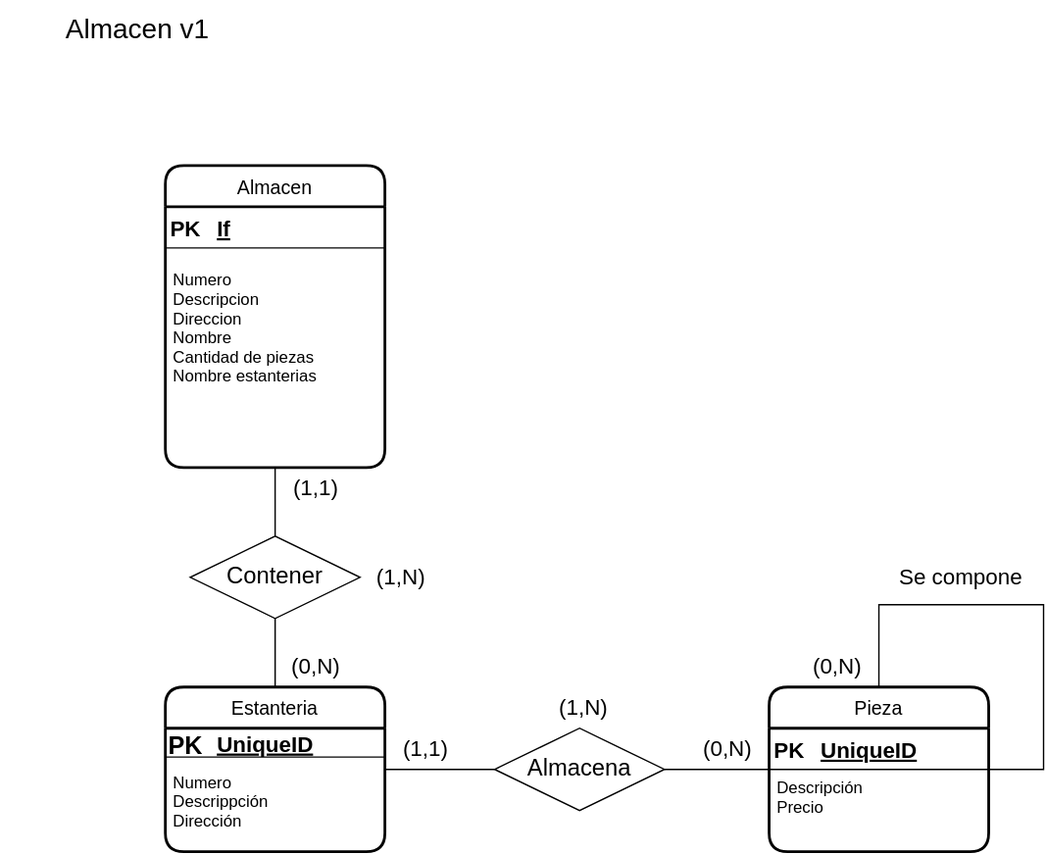
Above: Diagramas/Ejercicio 5 UD12.svg in gerardviru/UD12-DiagramasER (draw.io), before the change. Source tidied: cells renumbered, new cells last; positions are measured from the earlier drawing's top-left corner, leaving out a move shared by most shapes. Source of this version:
```xml
<mxGraphModel>
  <root>
    <mxCell id="0" />
    <mxCell id="1" parent="0" />
    <mxCell id="2" value="Almacen v1" style="text;html=1;align=center;verticalAlign=middle;whiteSpace=wrap;rounded=0;fontSize=20;" parent="1" vertex="1">
      <mxGeometry width="200" height="40" as="geometry" />
    </mxCell>
    <mxCell id="3" value="Almacen" style="swimlane;horizontal=1;startSize=30;rounded=1;fontSize=14;fontStyle=0;strokeWidth=2;shadow=0;dashed=0;align=center;" parent="1" vertex="1">
      <mxGeometry x="120" y="120" width="160" height="220" as="geometry" />
    </mxCell>
    <mxCell id="4" style="shape=table;startSize=0;rowLines=0;fontStyle=0;align=center;strokeColor=none;fillColor=none;rounded=1;fontSize=20;" parent="3" vertex="1">
      <mxGeometry y="30" width="160" height="40" as="geometry" />
    </mxCell>
    <mxCell id="5" style="shape=tableRow;horizontal=0;startSize=0;swimlaneHead=0;swimlaneBody=0;fillColor=none;top=0;left=0;right=0;bottom=1;rounded=1;fontSize=20;" parent="4" vertex="1">
      <mxGeometry width="160" height="30" as="geometry" />
    </mxCell>
    <mxCell id="6" value="PK" style="shape=partialRectangle;fillColor=none;top=0;left=0;bottom=0;right=0;fontStyle=1;overflow=hidden;rounded=1;fontSize=16;" parent="5" vertex="1">
      <mxGeometry width="30" height="30" as="geometry" />
    </mxCell>
    <mxCell id="7" value="If" style="shape=partialRectangle;fillColor=none;top=0;left=0;bottom=0;right=0;align=left;spacingLeft=6;fontStyle=5;overflow=hidden;rounded=1;fontSize=16;" parent="5" vertex="1">
      <mxGeometry x="30" width="130" height="30" as="geometry" />
    </mxCell>
    <mxCell id="8" value="Numero&#10;Descripcion&#10;Direccion&#10;Nombre&#10;Cantidad de piezas&#10;Nombre estanterias&#10;" style="align=left;strokeColor=none;fillColor=none;spacingLeft=4;fontSize=12;verticalAlign=top;rounded=1;" parent="3" vertex="1">
      <mxGeometry y="70" width="160" height="150" as="geometry" />
    </mxCell>
    <mxCell id="9" value="Pieza" style="swimlane;horizontal=1;startSize=30;rounded=1;fontSize=14;fontStyle=0;strokeWidth=2;shadow=0;dashed=0;align=center;" parent="1" vertex="1">
      <mxGeometry x="560" y="500" width="160" height="120" as="geometry" />
    </mxCell>
    <mxCell id="10" style="shape=table;startSize=0;rowLines=0;fontStyle=0;align=center;strokeColor=none;fillColor=none;rounded=1;fontSize=20;" parent="9" vertex="1">
      <mxGeometry y="30" width="160" height="30" as="geometry" />
    </mxCell>
    <mxCell id="11" style="shape=tableRow;horizontal=0;startSize=0;swimlaneHead=0;swimlaneBody=0;fillColor=none;points=[[0,0.5],[1,0.5]];portConstraint=eastwest;top=0;left=0;right=0;bottom=1;rounded=1;fontSize=20;" parent="10" vertex="1">
      <mxGeometry width="160" height="30" as="geometry" />
    </mxCell>
    <mxCell id="12" value="PK" style="shape=partialRectangle;fillColor=none;top=0;left=0;bottom=0;right=0;fontStyle=1;overflow=hidden;rounded=1;fontSize=16;" parent="11" vertex="1">
      <mxGeometry width="30" height="30" as="geometry" />
    </mxCell>
    <mxCell id="13" value="UniqueID" style="shape=partialRectangle;fillColor=none;top=0;left=0;bottom=0;right=0;align=left;spacingLeft=6;fontStyle=5;overflow=hidden;rounded=1;fontSize=16;" parent="11" vertex="1">
      <mxGeometry x="30" width="130" height="30" as="geometry" />
    </mxCell>
    <mxCell id="14" value="Descripción&#10;Precio&#10;" style="align=left;strokeColor=none;fillColor=none;spacingLeft=4;fontSize=12;verticalAlign=top;rounded=1;" parent="9" vertex="1">
      <mxGeometry y="60" width="160" height="60" as="geometry" />
    </mxCell>
    <mxCell id="15" style="endArrow=none;html=1;rounded=0;fontSize=17;entryX=1;entryY=0;entryDx=0;entryDy=0;exitX=0.5;exitY=0;exitDx=0;exitDy=0;" parent="9" edge="1" source="9" target="14">
      <mxGeometry relative="1" as="geometry">
        <Array as="points">
          <mxPoint x="80" y="-60" />
          <mxPoint x="200" y="-60" />
          <mxPoint x="200" y="60" />
        </Array>
      </mxGeometry>
    </mxCell>
    <mxCell id="16" value="Estanteria" style="swimlane;horizontal=1;startSize=30;rounded=1;fontSize=14;fontStyle=0;strokeWidth=2;shadow=0;dashed=0;align=center;" parent="1" vertex="1">
      <mxGeometry x="120" y="500" width="160" height="120" as="geometry" />
    </mxCell>
    <mxCell id="17" style="shape=table;startSize=0;rowLines=0;fontStyle=0;align=center;strokeColor=none;fillColor=none;rounded=1;fontSize=20;" parent="16" vertex="1">
      <mxGeometry y="30" width="160" height="26" as="geometry" />
    </mxCell>
    <mxCell id="18" style="shape=tableRow;horizontal=0;startSize=0;swimlaneHead=0;swimlaneBody=0;fillColor=none;top=0;left=0;right=0;bottom=1;rounded=1;fontSize=20;" parent="17" vertex="1">
      <mxGeometry width="160" height="21" as="geometry" />
    </mxCell>
    <mxCell id="19" value="PK" style="shape=partialRectangle;fillColor=none;top=0;left=0;bottom=0;right=0;fontStyle=1;overflow=hidden;rounded=1;fontSize=18;" parent="18" vertex="1">
      <mxGeometry width="30" height="21" as="geometry" />
    </mxCell>
    <mxCell id="20" value="UniqueID" style="shape=partialRectangle;fillColor=none;top=0;left=0;bottom=0;right=0;align=left;spacingLeft=6;fontStyle=5;overflow=hidden;rounded=1;fontSize=16;" parent="18" vertex="1">
      <mxGeometry x="30" width="130" height="21" as="geometry" />
    </mxCell>
    <mxCell id="21" value="Numero&#10;Descrippción&#10;Dirección&#10;" style="align=left;strokeColor=none;fillColor=none;spacingLeft=4;fontSize=12;verticalAlign=top;rounded=1;" parent="16" vertex="1">
      <mxGeometry y="56" width="160" height="64" as="geometry" />
    </mxCell>
    <mxCell id="22" value="Contener" style="rhombus;whiteSpace=wrap;html=1;rounded=1;fontSize=17;arcSize=0;" parent="1" vertex="1">
      <mxGeometry x="138.1" y="390" width="123.8" height="60" as="geometry" />
    </mxCell>
    <mxCell id="23" value="Almacena" style="rhombus;whiteSpace=wrap;html=1;rounded=1;fontSize=17;arcSize=0;" parent="1" vertex="1">
      <mxGeometry x="360" y="530" width="123.8" height="60" as="geometry" />
    </mxCell>
    <mxCell id="24" style="endArrow=none;html=1;rounded=0;fontSize=17;entryX=0.5;entryY=1;entryDx=0;entryDy=0;exitX=0.5;exitY=0;exitDx=0;exitDy=0;" parent="1" edge="1" source="16" target="22">
      <mxGeometry relative="1" as="geometry" />
    </mxCell>
    <mxCell id="25" style="endArrow=none;html=1;rounded=0;fontSize=17;entryX=0.5;entryY=1;entryDx=0;entryDy=0;exitX=0.5;exitY=0;exitDx=0;exitDy=0;" parent="1" edge="1" source="22" target="8">
      <mxGeometry relative="1" as="geometry" />
    </mxCell>
    <mxCell id="26" style="endArrow=none;html=1;rounded=0;fontSize=17;exitX=0;exitY=0.5;exitDx=0;exitDy=0;" parent="1" edge="1" source="23">
      <mxGeometry relative="1" as="geometry">
        <mxPoint x="280" y="560" as="targetPoint" />
      </mxGeometry>
    </mxCell>
    <mxCell id="27" style="endArrow=none;html=1;rounded=0;fontSize=17;exitX=1;exitY=0.5;exitDx=0;exitDy=0;entryX=0;entryY=0.5;entryDx=0;entryDy=0;" parent="1" edge="1" source="23" target="9">
      <mxGeometry relative="1" as="geometry" />
    </mxCell>
    <mxCell id="28" value="Se compone" style="text;html=1;strokeColor=none;fillColor=none;align=center;verticalAlign=middle;whiteSpace=wrap;rounded=0;fontSize=16;" parent="1" vertex="1">
      <mxGeometry x="640" y="405" width="120" height="30" as="geometry" />
    </mxCell>
    <mxCell id="29" value="(1,1)" style="text;html=1;strokeColor=none;fillColor=none;align=center;verticalAlign=middle;whiteSpace=wrap;rounded=0;fontSize=16;" parent="1" vertex="1">
      <mxGeometry x="280" y="530" width="60" height="30" as="geometry" />
    </mxCell>
    <mxCell id="30" value="(0,N)" style="text;html=1;strokeColor=none;fillColor=none;align=center;verticalAlign=middle;whiteSpace=wrap;rounded=0;fontSize=16;" parent="1" vertex="1">
      <mxGeometry x="200" y="470" width="60" height="30" as="geometry" />
    </mxCell>
    <mxCell id="31" value="(1,1)" style="text;html=1;strokeColor=none;fillColor=none;align=center;verticalAlign=middle;whiteSpace=wrap;rounded=0;fontSize=16;" parent="1" vertex="1">
      <mxGeometry x="200" y="340" width="60" height="30" as="geometry" />
    </mxCell>
    <mxCell id="32" value="(0,N)" style="text;html=1;strokeColor=none;fillColor=none;align=center;verticalAlign=middle;whiteSpace=wrap;rounded=0;fontSize=16;" parent="1" vertex="1">
      <mxGeometry x="500" y="530" width="60" height="30" as="geometry" />
    </mxCell>
    <mxCell id="33" value="(0,N)" style="text;html=1;strokeColor=none;fillColor=none;align=center;verticalAlign=middle;whiteSpace=wrap;rounded=0;fontSize=16;" parent="1" vertex="1">
      <mxGeometry x="580" y="470" width="60" height="30" as="geometry" />
    </mxCell>
    <mxCell id="34" value="(1,N)" style="text;html=1;strokeColor=none;fillColor=none;align=center;verticalAlign=middle;whiteSpace=wrap;rounded=0;fontSize=16;" parent="1" vertex="1">
      <mxGeometry x="261.9" y="405" width="60" height="30" as="geometry" />
    </mxCell>
    <mxCell id="35" value="(1,N)" style="text;html=1;strokeColor=none;fillColor=none;align=center;verticalAlign=middle;whiteSpace=wrap;rounded=0;fontSize=16;" parent="1" vertex="1">
      <mxGeometry x="395" y="500" width="60" height="30" as="geometry" />
    </mxCell>
  </root>
</mxGraphModel>
```
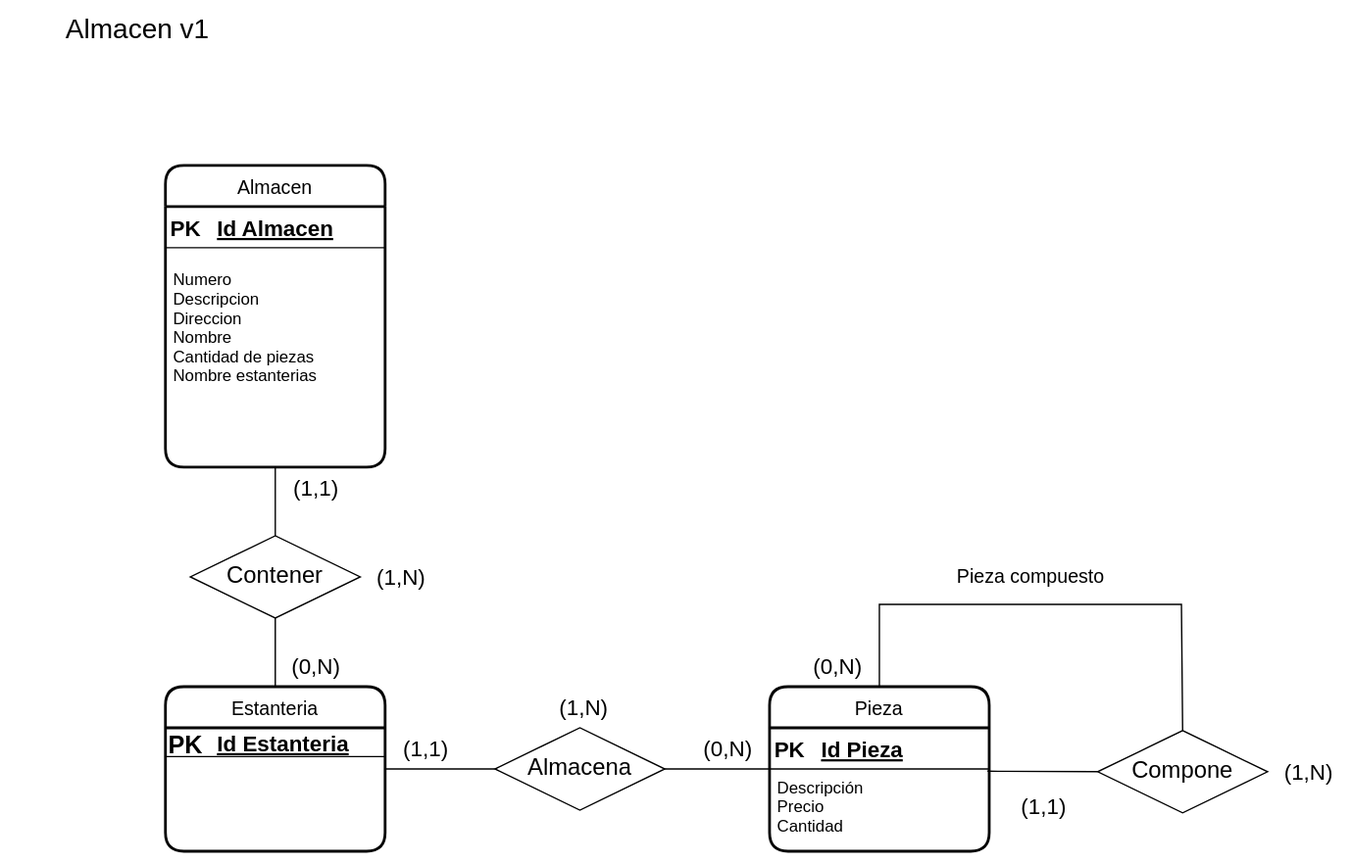
The same diagram one commit later.

Commit message:
update diagrama er ejercicio 5

Change to the diagram source:
```diff
@@ -17,7 +17,7 @@
     <mxCell id="6" value="PK" style="shape=partialRectangle;fillColor=none;top=0;left=0;bottom=0;right=0;fontStyle=1;overflow=hidden;rounded=1;fontSize=16;" parent="5" vertex="1">
       <mxGeometry width="30" height="30" as="geometry" />
     </mxCell>
-    <mxCell id="7" value="If" style="shape=partialRectangle;fillColor=none;top=0;left=0;bottom=0;right=0;align=left;spacingLeft=6;fontStyle=5;overflow=hidden;rounded=1;fontSize=16;" parent="5" vertex="1">
+    <mxCell id="7" value="Id Almacen" style="shape=partialRectangle;fillColor=none;top=0;left=0;bottom=0;right=0;align=left;spacingLeft=6;fontStyle=5;overflow=hidden;rounded=1;fontSize=16;" parent="5" vertex="1">
       <mxGeometry x="30" width="130" height="30" as="geometry" />
     </mxCell>
     <mxCell id="8" value="Numero&#10;Descripcion&#10;Direccion&#10;Nombre&#10;Cantidad de piezas&#10;Nombre estanterias&#10;" style="align=left;strokeColor=none;fillColor=none;spacingLeft=4;fontSize=12;verticalAlign=top;rounded=1;" parent="3" vertex="1">
@@ -35,26 +35,17 @@
     <mxCell id="12" value="PK" style="shape=partialRectangle;fillColor=none;top=0;left=0;bottom=0;right=0;fontStyle=1;overflow=hidden;rounded=1;fontSize=16;" parent="11" vertex="1">
       <mxGeometry width="30" height="30" as="geometry" />
     </mxCell>
-    <mxCell id="13" value="UniqueID" style="shape=partialRectangle;fillColor=none;top=0;left=0;bottom=0;right=0;align=left;spacingLeft=6;fontStyle=5;overflow=hidden;rounded=1;fontSize=16;" parent="11" vertex="1">
+    <mxCell id="13" value="Id Pieza" style="shape=partialRectangle;fillColor=none;top=0;left=0;bottom=0;right=0;align=left;spacingLeft=6;fontStyle=5;overflow=hidden;rounded=1;fontSize=16;" parent="11" vertex="1">
       <mxGeometry x="30" width="130" height="30" as="geometry" />
     </mxCell>
-    <mxCell id="14" value="Descripción&#10;Precio&#10;" style="align=left;strokeColor=none;fillColor=none;spacingLeft=4;fontSize=12;verticalAlign=top;rounded=1;" parent="9" vertex="1">
+    <mxCell id="14" value="Descripción&#10;Precio&#10;Cantidad&#10;&#10;" style="align=left;strokeColor=none;fillColor=none;spacingLeft=4;fontSize=12;verticalAlign=top;rounded=1;" parent="9" vertex="1">
       <mxGeometry y="60" width="160" height="60" as="geometry" />
     </mxCell>
-    <mxCell id="15" style="endArrow=none;html=1;rounded=0;fontSize=17;entryX=1;entryY=0;entryDx=0;entryDy=0;exitX=0.5;exitY=0;exitDx=0;exitDy=0;" parent="9" edge="1" source="9" target="14">
-      <mxGeometry relative="1" as="geometry">
-        <Array as="points">
-          <mxPoint x="80" y="-60" />
-          <mxPoint x="200" y="-60" />
-          <mxPoint x="200" y="60" />
-        </Array>
-      </mxGeometry>
-    </mxCell>
     <mxCell id="16" value="Estanteria" style="swimlane;horizontal=1;startSize=30;rounded=1;fontSize=14;fontStyle=0;strokeWidth=2;shadow=0;dashed=0;align=center;" parent="1" vertex="1">
       <mxGeometry x="120" y="500" width="160" height="120" as="geometry" />
     </mxCell>
     <mxCell id="17" style="shape=table;startSize=0;rowLines=0;fontStyle=0;align=center;strokeColor=none;fillColor=none;rounded=1;fontSize=20;" parent="16" vertex="1">
-      <mxGeometry y="30" width="160" height="26" as="geometry" />
+      <mxGeometry y="30" width="160" height="90" as="geometry" />
     </mxCell>
     <mxCell id="18" style="shape=tableRow;horizontal=0;startSize=0;swimlaneHead=0;swimlaneBody=0;fillColor=none;top=0;left=0;right=0;bottom=1;rounded=1;fontSize=20;" parent="17" vertex="1">
       <mxGeometry width="160" height="21" as="geometry" />
@@ -62,12 +53,12 @@
     <mxCell id="19" value="PK" style="shape=partialRectangle;fillColor=none;top=0;left=0;bottom=0;right=0;fontStyle=1;overflow=hidden;rounded=1;fontSize=18;" parent="18" vertex="1">
       <mxGeometry width="30" height="21" as="geometry" />
     </mxCell>
-    <mxCell id="20" value="UniqueID" style="shape=partialRectangle;fillColor=none;top=0;left=0;bottom=0;right=0;align=left;spacingLeft=6;fontStyle=5;overflow=hidden;rounded=1;fontSize=16;" parent="18" vertex="1">
+    <mxCell id="20" value="Id Estanteria" style="shape=partialRectangle;fillColor=none;top=0;left=0;bottom=0;right=0;align=left;spacingLeft=6;fontStyle=5;overflow=hidden;rounded=1;fontSize=16;" parent="18" vertex="1">
       <mxGeometry x="30" width="130" height="21" as="geometry" />
     </mxCell>
-    <mxCell id="21" value="Numero&#10;Descrippción&#10;Dirección&#10;" style="align=left;strokeColor=none;fillColor=none;spacingLeft=4;fontSize=12;verticalAlign=top;rounded=1;" parent="16" vertex="1">
-      <mxGeometry y="56" width="160" height="64" as="geometry" />
-    </mxCell>
+    <mxCell id="36" style="edgeStyle=orthogonalEdgeStyle;rounded=0;orthogonalLoop=1;jettySize=auto;html=1;exitX=0.5;exitY=1;exitDx=0;exitDy=0;" parent="16" edge="1" source="17" target="17">
+      <mxGeometry relative="1" as="geometry" />
+    </mxCell>
     <mxCell id="22" value="Contener" style="rhombus;whiteSpace=wrap;html=1;rounded=1;fontSize=17;arcSize=0;" parent="1" vertex="1">
       <mxGeometry x="138.1" y="390" width="123.8" height="60" as="geometry" />
     </mxCell>
@@ -88,9 +79,6 @@
     <mxCell id="27" style="endArrow=none;html=1;rounded=0;fontSize=17;exitX=1;exitY=0.5;exitDx=0;exitDy=0;entryX=0;entryY=0.5;entryDx=0;entryDy=0;" parent="1" edge="1" source="23" target="9">
       <mxGeometry relative="1" as="geometry" />
     </mxCell>
-    <mxCell id="28" value="Se compone" style="text;html=1;strokeColor=none;fillColor=none;align=center;verticalAlign=middle;whiteSpace=wrap;rounded=0;fontSize=16;" parent="1" vertex="1">
-      <mxGeometry x="640" y="405" width="120" height="30" as="geometry" />
-    </mxCell>
     <mxCell id="29" value="(1,1)" style="text;html=1;strokeColor=none;fillColor=none;align=center;verticalAlign=middle;whiteSpace=wrap;rounded=0;fontSize=16;" parent="1" vertex="1">
       <mxGeometry x="280" y="530" width="60" height="30" as="geometry" />
     </mxCell>
@@ -112,5 +100,28 @@
     <mxCell id="35" value="(1,N)" style="text;html=1;strokeColor=none;fillColor=none;align=center;verticalAlign=middle;whiteSpace=wrap;rounded=0;fontSize=16;" parent="1" vertex="1">
       <mxGeometry x="395" y="500" width="60" height="30" as="geometry" />
     </mxCell>
+    <mxCell id="37" value="Compone" style="rhombus;whiteSpace=wrap;html=1;rounded=1;fontSize=17;arcSize=0;" parent="1" vertex="1">
+      <mxGeometry x="799" y="532" width="123.8" height="60" as="geometry" />
+    </mxCell>
+    <mxCell id="38" style="endArrow=none;html=1;rounded=0;fontSize=16;entryX=0;entryY=0.5;entryDx=0;entryDy=0;exitX=0.992;exitY=1.055;exitDx=0;exitDy=0;exitPerimeter=0;" parent="1" edge="1" source="11" target="37">
+      <mxGeometry relative="1" as="geometry" />
+    </mxCell>
+    <mxCell id="39" style="endArrow=none;html=1;rounded=0;fontSize=16;exitX=0.5;exitY=0;exitDx=0;exitDy=0;entryX=0.5;entryY=0;entryDx=0;entryDy=0;" parent="1" edge="1" source="37" target="9">
+      <mxGeometry relative="1" as="geometry">
+        <Array as="points">
+          <mxPoint x="860" y="440" />
+          <mxPoint x="640" y="440" />
+        </Array>
+      </mxGeometry>
+    </mxCell>
+    <mxCell id="40" value="(1,N)" style="text;html=1;strokeColor=none;fillColor=none;align=center;verticalAlign=middle;whiteSpace=wrap;rounded=0;fontSize=16;" parent="1" vertex="1">
+      <mxGeometry x="922.8" y="547" width="60" height="30" as="geometry" />
+    </mxCell>
+    <mxCell id="41" value="(1,1)" style="text;html=1;strokeColor=none;fillColor=none;align=center;verticalAlign=middle;whiteSpace=wrap;rounded=0;fontSize=16;" parent="1" vertex="1">
+      <mxGeometry x="730" y="572" width="60" height="30" as="geometry" />
+    </mxCell>
+    <mxCell id="42" value="&lt;font style=&quot;font-size: 14px&quot;&gt;Pieza compuesto&lt;/font&gt;" style="text;html=1;strokeColor=none;fillColor=none;align=center;verticalAlign=middle;whiteSpace=wrap;rounded=0;" parent="1" vertex="1">
+      <mxGeometry x="680" y="405" width="141" height="30" as="geometry" />
+    </mxCell>
   </root>
 </mxGraphModel>
```
